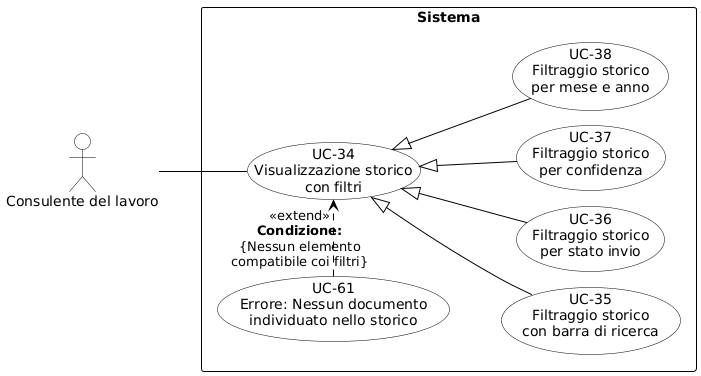
aLittleByte-19/Documentazione keeps this PlantUML diagram as RTB/Analisi dei Requisiti/diagrammi_use_case/UC-34.png. Above is the earlier version.
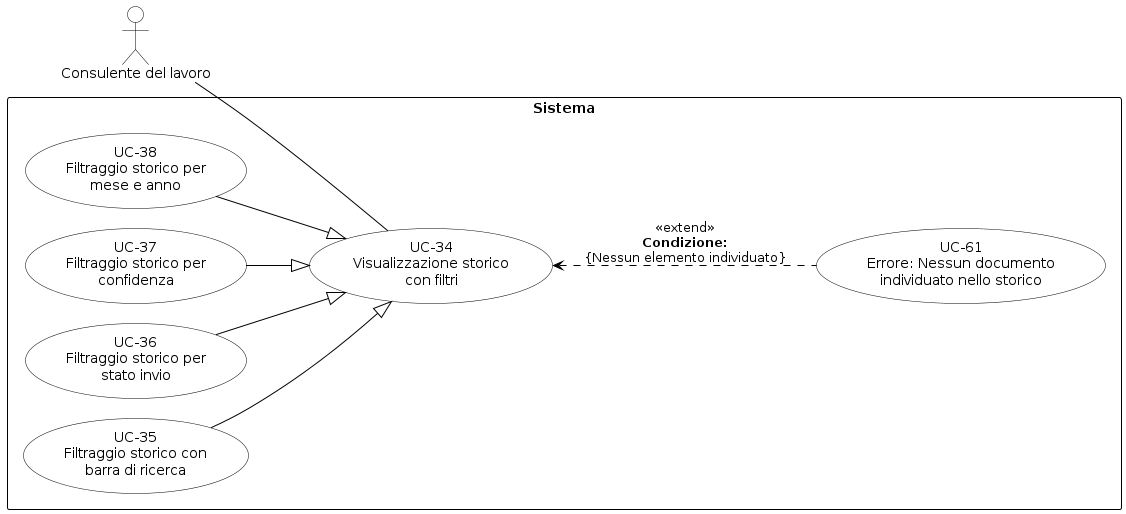
After the change.

Change to the diagram source:
```diff
@@ -2,8 +2,8 @@
 skinparam shadowing false
 skinparam defaultFontName Arial
 left to right direction
-skinparam nodesep 15
-skinparam ranksep 50
+skinparam nodesep 20
+skinparam ranksep 60
 
 skinparam usecase {
     BackgroundColor white
@@ -24,19 +24,19 @@
 rectangle "Sistema" {
     usecase "UC-34\nVisualizzazione storico\ncon filtri" as UC34
 
-    usecase "UC-35\nFiltraggio storico\ncon barra di ricerca" as UC35
-    usecase "UC-36\nFiltraggio storico\nper stato invio" as UC36
-    usecase "UC-37\nFiltraggio storico\nper confidenza" as UC37
-    usecase "UC-38\nFiltraggio storico\nper mese e anno" as UC38
+    usecase "UC-35\nFiltraggio storico con\nbarra di ricerca" as UC35
+    usecase "UC-36\nFiltraggio storico per\nstato invio" as UC36
+    usecase "UC-37\nFiltraggio storico per\nconfidenza" as UC37
+    usecase "UC-38\nFiltraggio storico per\nmese e anno" as UC38
 
     usecase "UC-61\nErrore: Nessun documento\nindividuato nello storico" as UC61
 
-    UC35 -up-|> UC34
-    UC36 -up-|> UC34
-    UC37 -up-|> UC34
-    UC38 -up-|> UC34
+    UC35 --|> UC34
+    UC36 --|> UC34
+    UC37 --|> UC34
+    UC38 --|> UC34
 
-    UC34 <..left. UC61 : <<extend>>\n**Condizione:**\n{Nessun elemento\ncompatibile coi filtri}
+    UC61 .up.> UC34 : <<extend>>\n**Condizione:**\n{Nessun elemento individuato}
 }
 
 CL -- UC34
```
